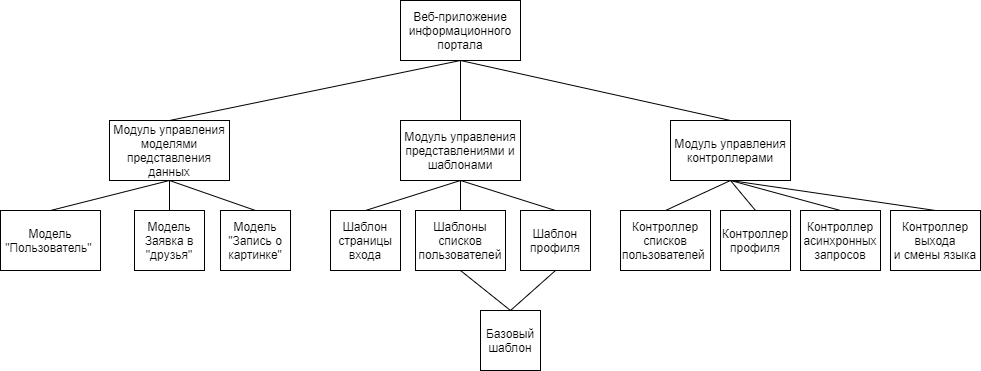
This is курсовая трпс/схемы/структурная веб.drawio.png from Trickster2038/BmstuDocs5, a draw.io export, as it was before one commit. Source tidied: cells renumbered, new cells last; positions are measured from the earlier drawing's top-left corner, leaving out a move shared by most shapes.
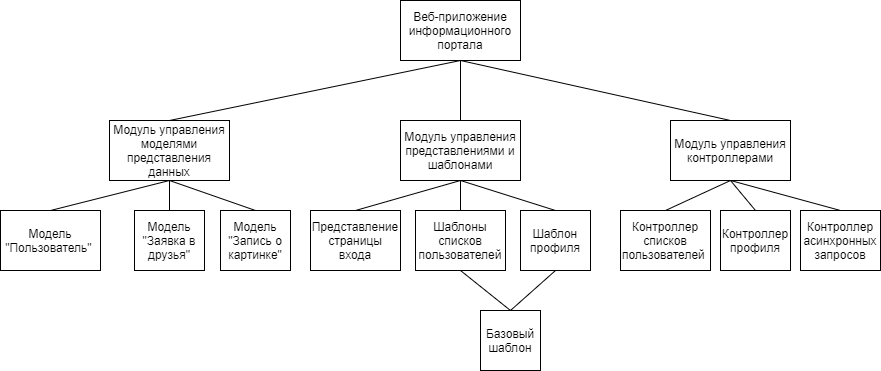
Later version of the same file.

What changed in the source:
```diff
@@ -39,7 +39,7 @@
     <mxCell id="12" style="edgeStyle=none;rounded=0;jettySize=auto;html=1;exitX=0.5;exitY=0;exitDx=0;exitDy=0;entryX=0.5;entryY=1;entryDx=0;entryDy=0;endArrow=none;endFill=0;" parent="1" edge="1" source="13" target="4">
       <mxGeometry relative="1" as="geometry" />
     </mxCell>
-    <mxCell id="13" value="Модель Заявка в &quot;друзья&quot;" style="rounded=0;whiteSpace=wrap;html=1;" parent="1" vertex="1">
+    <mxCell id="13" value="Модель &quot;Заявка в друзья&quot;" style="rounded=0;whiteSpace=wrap;html=1;" parent="1" vertex="1">
       <mxGeometry x="134" y="210" width="70" height="60" as="geometry" />
     </mxCell>
     <mxCell id="14" style="edgeStyle=none;rounded=0;jettySize=auto;html=1;exitX=0.5;exitY=0;exitDx=0;exitDy=0;entryX=0.5;entryY=1;entryDx=0;entryDy=0;endArrow=none;endFill=0;" parent="1" edge="1" source="15" target="4">
@@ -63,40 +63,34 @@
     <mxCell id="20" value="Контроллер профиля" style="rounded=0;whiteSpace=wrap;html=1;" parent="1" vertex="1">
       <mxGeometry x="720" y="210" width="70" height="60" as="geometry" />
     </mxCell>
-    <mxCell id="21" style="edgeStyle=none;rounded=0;jettySize=auto;html=1;exitX=0.5;exitY=0;exitDx=0;exitDy=0;entryX=0.5;entryY=1;entryDx=0;entryDy=0;endArrow=none;endFill=0;" parent="1" edge="1" source="22" target="9">
+    <mxCell id="21" style="edgeStyle=none;rounded=0;jettySize=auto;html=1;exitX=0.5;exitY=0;exitDx=0;exitDy=0;entryX=0.5;entryY=1;entryDx=0;entryDy=0;endArrow=none;endFill=0;" parent="1" edge="1" source="22" target="6">
       <mxGeometry relative="1" as="geometry" />
     </mxCell>
-    <mxCell id="22" value="Контроллер&lt;br&gt;выхода&lt;br&gt;и смены языка" style="rounded=0;whiteSpace=wrap;html=1;" parent="1" vertex="1">
-      <mxGeometry x="890" y="210" width="90" height="60" as="geometry" />
+    <mxCell id="22" value="Шаблоны списков пользователей" style="rounded=0;whiteSpace=wrap;html=1;" parent="1" vertex="1">
+      <mxGeometry x="415" y="210" width="90" height="60" as="geometry" />
     </mxCell>
-    <mxCell id="23" style="edgeStyle=none;rounded=0;jettySize=auto;html=1;exitX=0.5;exitY=0;exitDx=0;exitDy=0;entryX=0.5;entryY=1;entryDx=0;entryDy=0;endArrow=none;endFill=0;" parent="1" edge="1" source="24" target="6">
-      <mxGeometry relative="1" as="geometry" />
+    <mxCell id="23" style="edgeStyle=none;rounded=0;jettySize=auto;html=1;exitX=0.5;exitY=0;exitDx=0;exitDy=0;endArrow=none;endFill=0;" parent="1" edge="1" source="24">
+      <mxGeometry relative="1" as="geometry">
+        <mxPoint x="460" y="180" as="targetPoint" />
+      </mxGeometry>
     </mxCell>
-    <mxCell id="24" value="Шаблоны списков пользователей" style="rounded=0;whiteSpace=wrap;html=1;" parent="1" vertex="1">
-      <mxGeometry x="415" y="210" width="90" height="60" as="geometry" />
+    <mxCell id="24" value="Шаблон профиля" style="rounded=0;whiteSpace=wrap;html=1;" parent="1" vertex="1">
+      <mxGeometry x="520" y="210" width="70" height="60" as="geometry" />
     </mxCell>
-    <mxCell id="25" style="edgeStyle=none;rounded=0;jettySize=auto;html=1;exitX=0.5;exitY=0;exitDx=0;exitDy=0;endArrow=none;endFill=0;" parent="1" edge="1" source="26">
-      <mxGeometry relative="1" as="geometry">
-        <mxPoint x="460" y="180" as="targetPoint" />
-      </mxGeometry>
+    <mxCell id="25" style="edgeStyle=none;rounded=0;jettySize=auto;html=1;exitX=0.5;exitY=0;exitDx=0;exitDy=0;entryX=0.5;entryY=1;entryDx=0;entryDy=0;endArrow=none;endFill=0;" parent="1" edge="1" source="27" target="24">
+      <mxGeometry relative="1" as="geometry" />
     </mxCell>
-    <mxCell id="26" value="Шаблон профиля" style="rounded=0;whiteSpace=wrap;html=1;" parent="1" vertex="1">
-      <mxGeometry x="520" y="210" width="70" height="60" as="geometry" />
+    <mxCell id="26" style="edgeStyle=none;rounded=0;jettySize=auto;html=1;exitX=0.5;exitY=0;exitDx=0;exitDy=0;entryX=0.5;entryY=1;entryDx=0;entryDy=0;endArrow=none;endFill=0;" parent="1" edge="1" source="27" target="22">
+      <mxGeometry relative="1" as="geometry" />
     </mxCell>
-    <mxCell id="27" style="edgeStyle=none;rounded=0;jettySize=auto;html=1;exitX=0.5;exitY=0;exitDx=0;exitDy=0;entryX=0.5;entryY=1;entryDx=0;entryDy=0;endArrow=none;endFill=0;" parent="1" edge="1" source="29" target="26">
-      <mxGeometry relative="1" as="geometry" />
+    <mxCell id="27" value="Базовый шаблон" style="rounded=0;whiteSpace=wrap;html=1;" parent="1" vertex="1">
+      <mxGeometry x="480" y="310" width="60" height="60" as="geometry" />
     </mxCell>
-    <mxCell id="28" style="edgeStyle=none;rounded=0;jettySize=auto;html=1;exitX=0.5;exitY=0;exitDx=0;exitDy=0;entryX=0.5;entryY=1;entryDx=0;entryDy=0;endArrow=none;endFill=0;" parent="1" edge="1" source="29" target="24">
+    <mxCell id="28" style="edgeStyle=none;rounded=0;jettySize=auto;html=1;exitX=0.5;exitY=0;exitDx=0;exitDy=0;entryX=0.5;entryY=1;entryDx=0;entryDy=0;endArrow=none;endFill=0;" parent="1" edge="1" source="29" target="6">
       <mxGeometry relative="1" as="geometry" />
     </mxCell>
-    <mxCell id="29" value="Базовый шаблон" style="rounded=0;whiteSpace=wrap;html=1;" parent="1" vertex="1">
-      <mxGeometry x="480" y="310" width="60" height="60" as="geometry" />
+    <mxCell id="29" value="Представление&lt;br&gt;страницы&lt;br&gt;входа" style="rounded=0;whiteSpace=wrap;html=1;" parent="1" vertex="1">
+      <mxGeometry x="310" y="210" width="90" height="60" as="geometry" />
     </mxCell>
-    <mxCell id="30" style="edgeStyle=none;rounded=0;jettySize=auto;html=1;exitX=0.5;exitY=0;exitDx=0;exitDy=0;entryX=0.5;entryY=1;entryDx=0;entryDy=0;endArrow=none;endFill=0;" parent="1" edge="1" source="31" target="6">
-      <mxGeometry relative="1" as="geometry" />
-    </mxCell>
-    <mxCell id="31" value="Шаблон&lt;br&gt;страницы&lt;br&gt;входа" style="rounded=0;whiteSpace=wrap;html=1;" parent="1" vertex="1">
-      <mxGeometry x="330" y="210" width="70" height="60" as="geometry" />
-    </mxCell>
   </root>
 </mxGraphModel>
```
